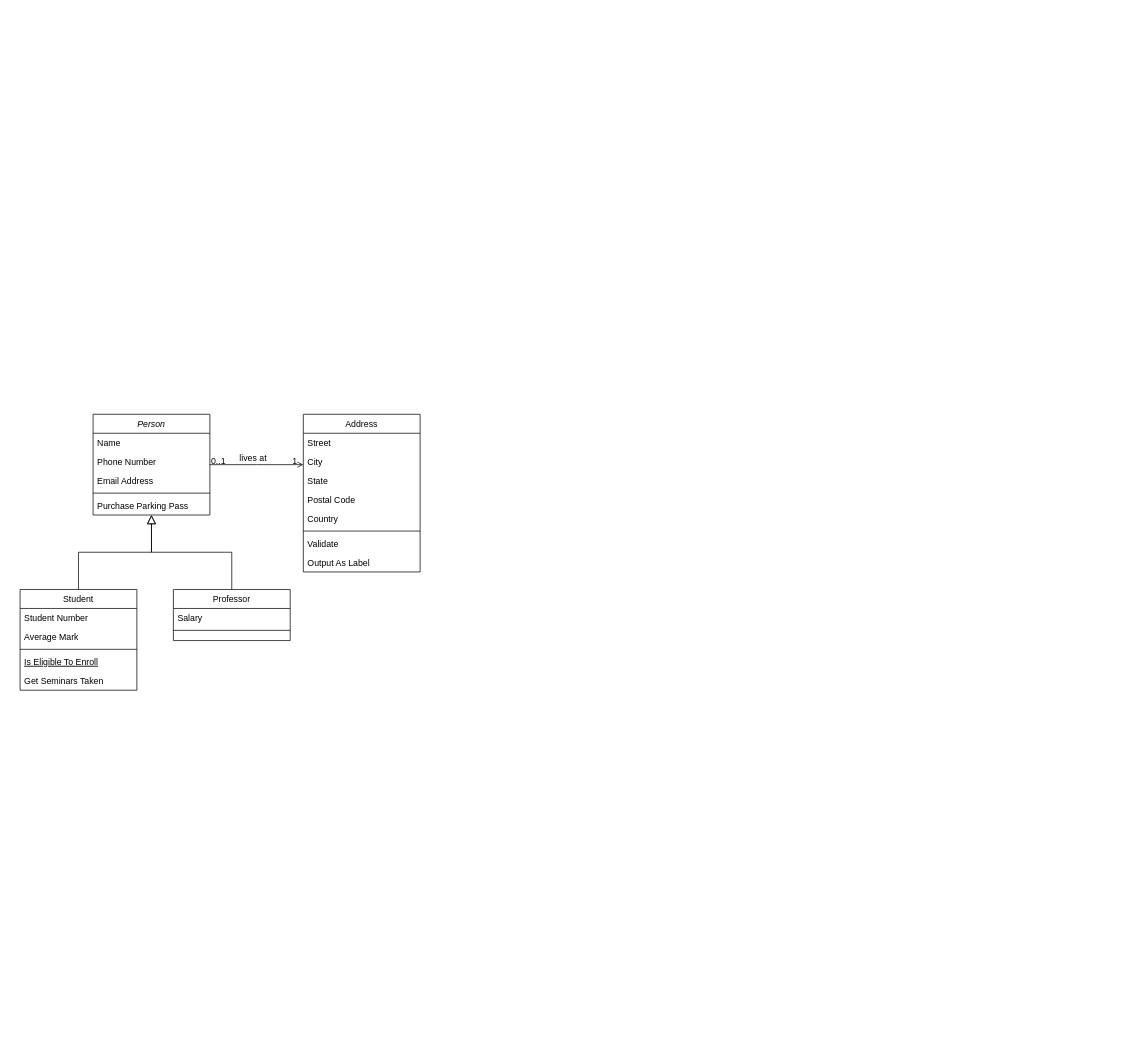
Before: Diagramme sans nom.drawio in AlaeddineC9/cinemax, a draw.io diagram. Source tidied: cells renumbered, new cells numbered last; positions are measured from the earlier drawing's top-left corner, leaving out a move shared by most shapes. Both pictures are drawn from the tidied source at 73%, with x=0, y=0 at pixel (20, 414).
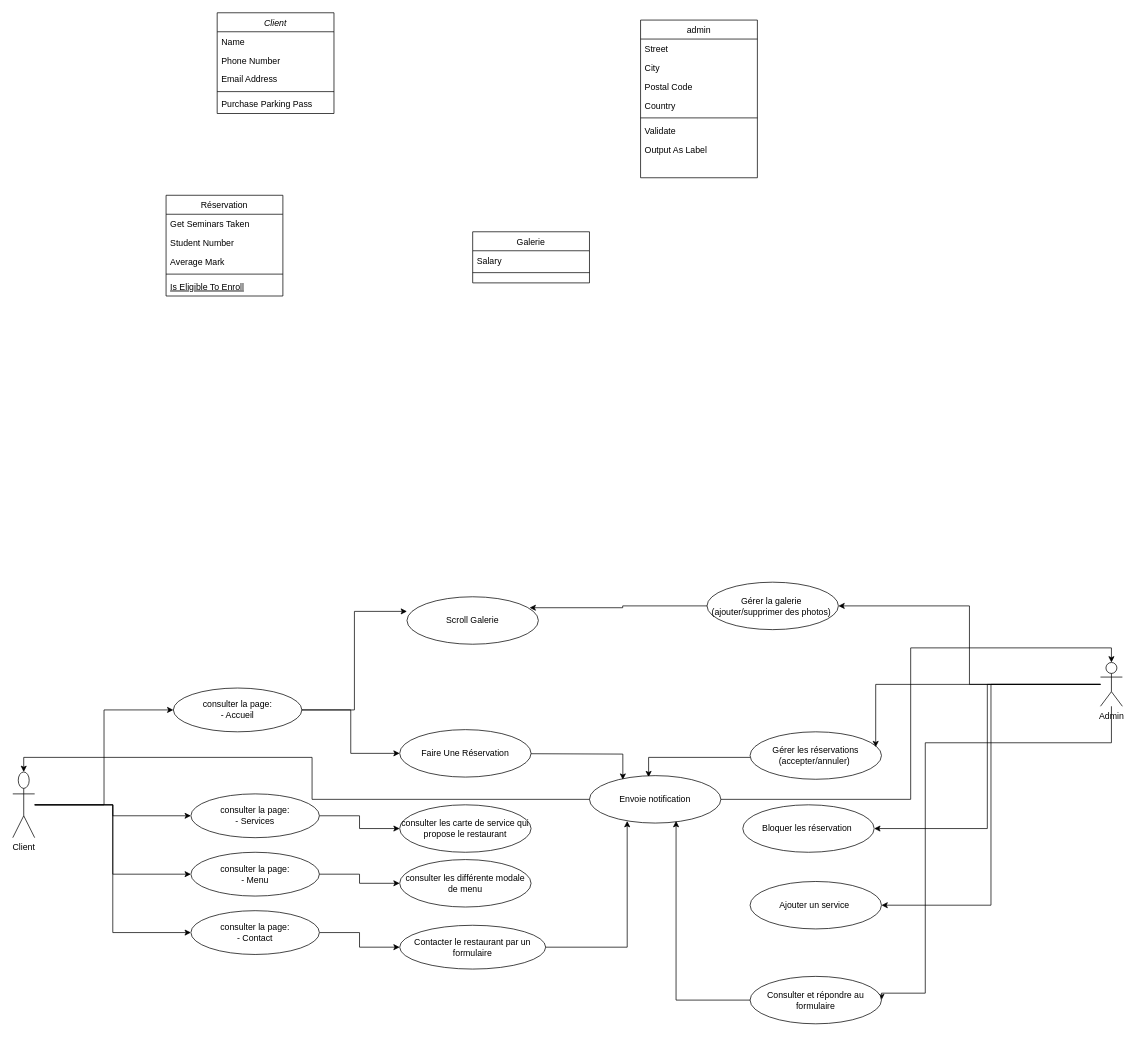
The same page after the edit.

The edit, as a diff of the source:
```diff
@@
-    <mxCell id="2" value="Person" style="swimlane;fontStyle=2;align=center;verticalAlign=top;horizontal=1;startSize=26;rounded=0;shadow=0;strokeWidth=1;" parent="1" vertex="1">
-      <mxGeometry x="100" width="160" height="138" as="geometry" />
+    <mxCell id="2" value="Client" style="swimlane;fontStyle=2;align=center;verticalAlign=top;horizontal=1;startSize=26;rounded=0;shadow=0;strokeWidth=1;" parent="1" vertex="1">
+      <mxGeometry x="270" y="-550" width="160" height="138" as="geometry" />
     </mxCell>
@@
-    <mxCell id="8" value="Student" style="swimlane;fontStyle=0;align=center;verticalAlign=top;horizontal=1;startSize=26;rounded=0;shadow=0;strokeWidth=1;" parent="1" vertex="1">
-      <mxGeometry y="240" width="160" height="138" as="geometry" />
+    <mxCell id="8" value="Réservation" style="swimlane;fontStyle=0;align=center;verticalAlign=top;horizontal=1;startSize=26;rounded=0;shadow=0;strokeWidth=1;" parent="1" vertex="1">
+      <mxGeometry x="200" y="-300" width="160" height="138" as="geometry" />
     </mxCell>
+    <mxCell id="13" value="Get Seminars Taken" style="text;align=left;verticalAlign=top;spacingLeft=4;spacingRight=4;overflow=hidden;" parent="8" vertex="1">
+      <mxGeometry y="26" width="160" height="26" as="geometry" />
+    </mxCell>
     <mxCell id="9" value="Student Number" style="text;align=left;verticalAlign=top;spacingLeft=4;spacingRight=4;overflow=hidden;" parent="8" vertex="1">
-      <mxGeometry y="26" width="160" height="26" as="geometry" />
+      <mxGeometry y="52" width="160" height="26" as="geometry" />
     </mxCell>
     <mxCell id="10" value="Average Mark" style="text;align=left;verticalAlign=top;spacingLeft=4;spacingRight=4;overflow=hidden;rounded=0;shadow=0;html=0;" parent="8" vertex="1">
-      <mxGeometry y="52" width="160" height="26" as="geometry" />
+      <mxGeometry y="78" width="160" height="26" as="geometry" />
     </mxCell>
     <mxCell id="11" style="line;html=1;strokeWidth=1;align=left;verticalAlign=middle;spacingTop=-1;spacingLeft=3;spacingRight=3;labelPosition=right;" parent="8" vertex="1">
-      <mxGeometry y="78" width="160" height="8" as="geometry" />
+      <mxGeometry y="104" width="160" height="8" as="geometry" />
     </mxCell>
     <mxCell id="12" value="Is Eligible To Enroll" style="text;align=left;verticalAlign=top;spacingLeft=4;spacingRight=4;overflow=hidden;fontStyle=4;" parent="8" vertex="1">
-      <mxGeometry y="86" width="160" height="26" as="geometry" />
+      <mxGeometry y="112" width="160" height="26" as="geometry" />
     </mxCell>
-    <mxCell id="13" value="Get Seminars Taken" style="text;align=left;verticalAlign=top;spacingLeft=4;spacingRight=4;overflow=hidden;" parent="8" vertex="1">
-      <mxGeometry y="112" width="160" height="26" as="geometry" />
-    </mxCell>
-    <mxCell id="14" style="endArrow=block;endSize=10;endFill=0;shadow=0;strokeWidth=1;rounded=0;curved=0;edgeStyle=elbowEdgeStyle;elbow=vertical;" parent="1" edge="1" source="8" target="2">
-      <mxGeometry relative="1" as="geometry" />
-    </mxCell>
-    <mxCell id="15" value="Professor" style="swimlane;fontStyle=0;align=center;verticalAlign=top;horizontal=1;startSize=26;rounded=0;shadow=0;strokeWidth=1;" parent="1" vertex="1">
-      <mxGeometry x="210" y="240" width="160" height="70" as="geometry" />
+    <mxCell id="15" value="Galerie" style="swimlane;fontStyle=0;align=center;verticalAlign=top;horizontal=1;startSize=26;rounded=0;shadow=0;strokeWidth=1;" parent="1" vertex="1">
+      <mxGeometry x="620" y="-250" width="160" height="70" as="geometry" />
     </mxCell>
@@
-    <mxCell id="18" style="endArrow=block;endSize=10;endFill=0;shadow=0;strokeWidth=1;rounded=0;curved=0;edgeStyle=elbowEdgeStyle;elbow=vertical;" parent="1" edge="1" source="15" target="2">
-      <mxGeometry relative="1" as="geometry" />
-    </mxCell>
-    <mxCell id="19" value="Address" style="swimlane;fontStyle=0;align=center;verticalAlign=top;horizontal=1;startSize=26;rounded=0;shadow=0;strokeWidth=1;" parent="1" vertex="1">
-      <mxGeometry x="388" width="160" height="216" as="geometry" />
+    <mxCell id="19" value="admin" style="swimlane;fontStyle=0;align=center;verticalAlign=top;horizontal=1;startSize=26;rounded=0;shadow=0;strokeWidth=1;" parent="1" vertex="1">
+      <mxGeometry x="850" y="-540" width="160" height="216" as="geometry" />
     </mxCell>
@@
-    <mxCell id="22" value="State" style="text;align=left;verticalAlign=top;spacingLeft=4;spacingRight=4;overflow=hidden;rounded=0;shadow=0;html=0;" parent="19" vertex="1">
-      <mxGeometry y="78" width="160" height="26" as="geometry" />
-    </mxCell>
     <mxCell id="23" value="Postal Code" style="text;align=left;verticalAlign=top;spacingLeft=4;spacingRight=4;overflow=hidden;rounded=0;shadow=0;html=0;" parent="19" vertex="1">
-      <mxGeometry y="104" width="160" height="26" as="geometry" />
+      <mxGeometry y="78" width="160" height="26" as="geometry" />
     </mxCell>
     <mxCell id="24" value="Country" style="text;align=left;verticalAlign=top;spacingLeft=4;spacingRight=4;overflow=hidden;rounded=0;shadow=0;html=0;" parent="19" vertex="1">
-      <mxGeometry y="130" width="160" height="26" as="geometry" />
+      <mxGeometry y="104" width="160" height="26" as="geometry" />
     </mxCell>
     <mxCell id="25" style="line;html=1;strokeWidth=1;align=left;verticalAlign=middle;spacingTop=-1;spacingLeft=3;spacingRight=3;labelPosition=right;" parent="19" vertex="1">
-      <mxGeometry y="156" width="160" height="8" as="geometry" />
+      <mxGeometry y="130" width="160" height="8" as="geometry" />
     </mxCell>
     <mxCell id="26" value="Validate" style="text;align=left;verticalAlign=top;spacingLeft=4;spacingRight=4;overflow=hidden;" parent="19" vertex="1">
-      <mxGeometry y="164" width="160" height="26" as="geometry" />
+      <mxGeometry y="138" width="160" height="26" as="geometry" />
     </mxCell>
     <mxCell id="27" value="Output As Label" style="text;align=left;verticalAlign=top;spacingLeft=4;spacingRight=4;overflow=hidden;" parent="19" vertex="1">
-      <mxGeometry y="190" width="160" height="26" as="geometry" />
+      <mxGeometry y="164" width="160" height="26" as="geometry" />
     </mxCell>
-    <mxCell id="28" style="endArrow=open;shadow=0;strokeWidth=1;rounded=0;curved=0;endFill=1;edgeStyle=elbowEdgeStyle;elbow=vertical;" parent="1" edge="1" source="2" target="19">
-      <mxGeometry x="0.5" y="41" relative="1" as="geometry">
-        <mxPoint x="-40" y="32" as="offset" />
-      </mxGeometry>
-    </mxCell>
-    <mxCell id="29" value="0..1" style="align=left;verticalAlign=bottom;labelBackgroundColor=none;fontSize=12;" parent="28" vertex="1">
-      <mxGeometry x="-1" relative="1" as="geometry">
-        <mxPoint y="4" as="offset" />
-      </mxGeometry>
-    </mxCell>
-    <mxCell id="30" value="1" style="align=right;verticalAlign=bottom;labelBackgroundColor=none;fontSize=12;" parent="28" vertex="1">
-      <mxGeometry x="1" relative="1" as="geometry">
-        <mxPoint x="-7" y="4" as="offset" />
-      </mxGeometry>
-    </mxCell>
-    <mxCell id="31" value="lives at" style="text;html=1;align=center;verticalAlign=middle;labelBackgroundColor=none;rounded=0;shadow=0;strokeWidth=1;fontSize=12;" parent="28" vertex="1">
-      <mxGeometry x="0.5" y="49" relative="1" as="geometry">
-        <mxPoint x="-38" y="40" as="offset" />
-      </mxGeometry>
-    </mxCell>
+    <mxCell id="32" style="edgeStyle=orthogonalEdgeStyle;rounded=0;jettySize=auto;html=1;entryX=1;entryY=0.5;entryDx=0;entryDy=0;" parent="1" edge="1" source="36" target="61">
+      <mxGeometry relative="1" as="geometry" />
+    </mxCell>
+    <mxCell id="33" style="edgeStyle=orthogonalEdgeStyle;rounded=0;jettySize=auto;html=1;entryX=1;entryY=0.5;entryDx=0;entryDy=0;" parent="1" edge="1" source="36" target="62">
+      <mxGeometry relative="1" as="geometry" />
+    </mxCell>
+    <mxCell id="34" style="edgeStyle=orthogonalEdgeStyle;rounded=0;jettySize=auto;html=1;entryX=1;entryY=0.5;entryDx=0;entryDy=0;" parent="1" edge="1" source="36" target="60">
+      <mxGeometry relative="1" as="geometry" />
+    </mxCell>
+    <mxCell id="35" style="edgeStyle=orthogonalEdgeStyle;rounded=0;jettySize=auto;html=1;entryX=1;entryY=0.5;entryDx=0;entryDy=0;" parent="1" edge="1" source="36" target="67">
+      <mxGeometry relative="1" as="geometry">
+        <Array as="points">
+          <mxPoint x="1240" y="450" />
+          <mxPoint x="1240" y="793" />
+        </Array>
+      </mxGeometry>
+    </mxCell>
+    <mxCell id="36" value="Admin" style="shape=umlActor;verticalLabelPosition=bottom;verticalAlign=top;html=1;outlineConnect=0;" parent="1" vertex="1">
+      <mxGeometry x="1480" y="340" width="30" height="60" as="geometry" />
+    </mxCell>
+    <mxCell id="37" style="edgeStyle=orthogonalEdgeStyle;rounded=0;jettySize=auto;html=1;" parent="1" edge="1" source="41" target="47">
+      <mxGeometry relative="1" as="geometry" />
+    </mxCell>
+    <mxCell id="38" style="edgeStyle=orthogonalEdgeStyle;rounded=0;jettySize=auto;html=1;entryX=0;entryY=0.5;entryDx=0;entryDy=0;" parent="1" edge="1" source="41" target="48">
+      <mxGeometry relative="1" as="geometry" />
+    </mxCell>
+    <mxCell id="39" style="edgeStyle=orthogonalEdgeStyle;rounded=0;jettySize=auto;html=1;entryX=0;entryY=0.5;entryDx=0;entryDy=0;" parent="1" edge="1" source="41" target="50">
+      <mxGeometry relative="1" as="geometry" />
+    </mxCell>
+    <mxCell id="40" style="edgeStyle=orthogonalEdgeStyle;rounded=0;jettySize=auto;html=1;entryX=0;entryY=0.5;entryDx=0;entryDy=0;" parent="1" edge="1" source="41" target="43">
+      <mxGeometry relative="1" as="geometry" />
+    </mxCell>
+    <mxCell id="41" value="Client" style="shape=umlActor;verticalLabelPosition=bottom;verticalAlign=top;html=1;outlineConnect=0;" parent="1" vertex="1">
+      <mxGeometry x="-10" y="490" width="30" height="90" as="geometry" />
+    </mxCell>
+    <mxCell id="42" style="edgeStyle=orthogonalEdgeStyle;rounded=0;jettySize=auto;html=1;" parent="1" edge="1" source="43" target="44">
+      <mxGeometry relative="1" as="geometry" />
+    </mxCell>
+    <mxCell id="43" value="consulter la page:&lt;br&gt;- Accueil" style="ellipse;whiteSpace=wrap;html=1;" parent="1" vertex="1">
+      <mxGeometry x="210" y="375" width="176" height="60" as="geometry" />
+    </mxCell>
+    <mxCell id="44" value="Faire Une Réservation" style="ellipse;whiteSpace=wrap;html=1;" parent="1" vertex="1">
+      <mxGeometry x="520" y="432" width="180" height="65" as="geometry" />
+    </mxCell>
+    <mxCell id="45" value="Contacter le restaurant par un formulaire" style="ellipse;whiteSpace=wrap;html=1;" parent="1" vertex="1">
+      <mxGeometry x="520" y="700" width="200" height="60" as="geometry" />
+    </mxCell>
+    <mxCell id="46" style="edgeStyle=orthogonalEdgeStyle;rounded=0;jettySize=auto;html=1;" parent="1" edge="1" source="47" target="53">
+      <mxGeometry relative="1" as="geometry" />
+    </mxCell>
+    <mxCell id="47" value="consulter la page:&lt;br&gt;- Services" style="ellipse;whiteSpace=wrap;html=1;" parent="1" vertex="1">
+      <mxGeometry x="234" y="520" width="176" height="60" as="geometry" />
+    </mxCell>
+    <mxCell id="48" value="consulter la page:&lt;br&gt;- Menu" style="ellipse;whiteSpace=wrap;html=1;" parent="1" vertex="1">
+      <mxGeometry x="234" y="600" width="176" height="60" as="geometry" />
+    </mxCell>
+    <mxCell id="49" style="edgeStyle=orthogonalEdgeStyle;rounded=0;jettySize=auto;html=1;" parent="1" edge="1" source="50" target="45">
+      <mxGeometry relative="1" as="geometry" />
+    </mxCell>
+    <mxCell id="50" value="consulter la page:&lt;br&gt;- Contact" style="ellipse;whiteSpace=wrap;html=1;" parent="1" vertex="1">
+      <mxGeometry x="234" y="680" width="176" height="60" as="geometry" />
+    </mxCell>
+    <mxCell id="51" style="edgeStyle=orthogonalEdgeStyle;rounded=0;jettySize=auto;html=1;entryX=0.254;entryY=0.087;entryDx=0;entryDy=0;exitX=1;exitY=0.385;exitDx=0;exitDy=0;exitPerimeter=0;entryPerimeter=0;" parent="1" edge="1" target="63">
+      <mxGeometry relative="1" as="geometry">
+        <mxPoint x="700" y="465" as="sourcePoint" />
+      </mxGeometry>
+    </mxCell>
+    <mxCell id="52" value="Scroll Galerie" style="ellipse;whiteSpace=wrap;html=1;" parent="1" vertex="1">
+      <mxGeometry x="530" y="250" width="180" height="65" as="geometry" />
+    </mxCell>
+    <mxCell id="53" value="consulter les carte de service qui propose le restaurant" style="ellipse;whiteSpace=wrap;html=1;" parent="1" vertex="1">
+      <mxGeometry x="520" y="535" width="180" height="65" as="geometry" />
+    </mxCell>
+    <mxCell id="54" style="edgeStyle=orthogonalEdgeStyle;rounded=0;jettySize=auto;html=1;entryX=0.45;entryY=0.033;entryDx=0;entryDy=0;entryPerimeter=0;" parent="1" edge="1" source="55" target="63">
+      <mxGeometry relative="1" as="geometry">
+        <Array as="points">
+          <mxPoint x="861" y="470" />
+        </Array>
+      </mxGeometry>
+    </mxCell>
+    <mxCell id="55" value="Gérer les réservations&lt;div&gt;(accepter/annuler)&amp;nbsp;&lt;/div&gt;" style="ellipse;whiteSpace=wrap;html=1;" parent="1" vertex="1">
+      <mxGeometry x="1000" y="435" width="180" height="65" as="geometry" />
+    </mxCell>
+    <mxCell id="56" value="consulter les différente modale de menu" style="ellipse;whiteSpace=wrap;html=1;" parent="1" vertex="1">
+      <mxGeometry x="520" y="610" width="180" height="65" as="geometry" />
+    </mxCell>
+    <mxCell id="57" style="edgeStyle=orthogonalEdgeStyle;rounded=0;jettySize=auto;html=1;entryX=0;entryY=0.308;entryDx=0;entryDy=0;entryPerimeter=0;" parent="1" edge="1" source="43" target="52">
+      <mxGeometry relative="1" as="geometry" />
+    </mxCell>
+    <mxCell id="58" style="edgeStyle=orthogonalEdgeStyle;rounded=0;jettySize=auto;html=1;entryX=0;entryY=0.5;entryDx=0;entryDy=0;" parent="1" edge="1" source="48" target="56">
+      <mxGeometry relative="1" as="geometry" />
+    </mxCell>
+    <mxCell id="59" style="edgeStyle=orthogonalEdgeStyle;rounded=0;jettySize=auto;html=1;entryX=0.956;entryY=0.323;entryDx=0;entryDy=0;entryPerimeter=0;" parent="1" edge="1" source="36" target="55">
+      <mxGeometry relative="1" as="geometry" />
+    </mxCell>
+    <mxCell id="60" value="&lt;div&gt;Ajouter un service&amp;nbsp;&lt;/div&gt;" style="ellipse;whiteSpace=wrap;html=1;" parent="1" vertex="1">
+      <mxGeometry x="1000" y="640" width="180" height="65" as="geometry" />
+    </mxCell>
+    <mxCell id="61" value="Gérer la galerie&amp;nbsp;&lt;div&gt;(ajouter/supprimer des photos)&amp;nbsp;&lt;/div&gt;" style="ellipse;whiteSpace=wrap;html=1;" parent="1" vertex="1">
+      <mxGeometry x="941" y="230" width="180" height="65" as="geometry" />
+    </mxCell>
+    <mxCell id="62" value="&lt;div&gt;Bloquer les réservation&amp;nbsp;&lt;/div&gt;" style="ellipse;whiteSpace=wrap;html=1;" parent="1" vertex="1">
+      <mxGeometry x="990" y="535" width="180" height="65" as="geometry" />
+    </mxCell>
+    <mxCell id="63" value="Envoie notification" style="ellipse;whiteSpace=wrap;html=1;" parent="1" vertex="1">
+      <mxGeometry x="780" y="495" width="180" height="65" as="geometry" />
+    </mxCell>
+    <mxCell id="64" style="edgeStyle=orthogonalEdgeStyle;rounded=0;jettySize=auto;html=1;entryX=0.5;entryY=0;entryDx=0;entryDy=0;entryPerimeter=0;" parent="1" edge="1" source="63" target="36">
+      <mxGeometry relative="1" as="geometry" />
+    </mxCell>
+    <mxCell id="65" style="edgeStyle=orthogonalEdgeStyle;rounded=0;jettySize=auto;html=1;entryX=0.5;entryY=0;entryDx=0;entryDy=0;entryPerimeter=0;" parent="1" edge="1" source="63" target="41">
+      <mxGeometry relative="1" as="geometry" />
+    </mxCell>
+    <mxCell id="66" style="edgeStyle=orthogonalEdgeStyle;rounded=0;jettySize=auto;html=1;entryX=0.933;entryY=0.231;entryDx=0;entryDy=0;entryPerimeter=0;" parent="1" edge="1" source="61" target="52">
+      <mxGeometry relative="1" as="geometry" />
+    </mxCell>
+    <mxCell id="67" value="&lt;div&gt;Consulter et répondre au formulaire&lt;/div&gt;" style="ellipse;whiteSpace=wrap;html=1;" parent="1" vertex="1">
+      <mxGeometry x="1000" y="770" width="180" height="65" as="geometry" />
+    </mxCell>
+    <mxCell id="68" style="edgeStyle=orthogonalEdgeStyle;rounded=0;jettySize=auto;html=1;entryX=0.287;entryY=0.956;entryDx=0;entryDy=0;entryPerimeter=0;" parent="1" edge="1" source="45" target="63">
+      <mxGeometry relative="1" as="geometry" />
+    </mxCell>
+    <mxCell id="69" style="edgeStyle=orthogonalEdgeStyle;rounded=0;jettySize=auto;html=1;entryX=0.659;entryY=0.956;entryDx=0;entryDy=0;entryPerimeter=0;" parent="1" edge="1" source="67" target="63">
+      <mxGeometry relative="1" as="geometry" />
+    </mxCell>
```
